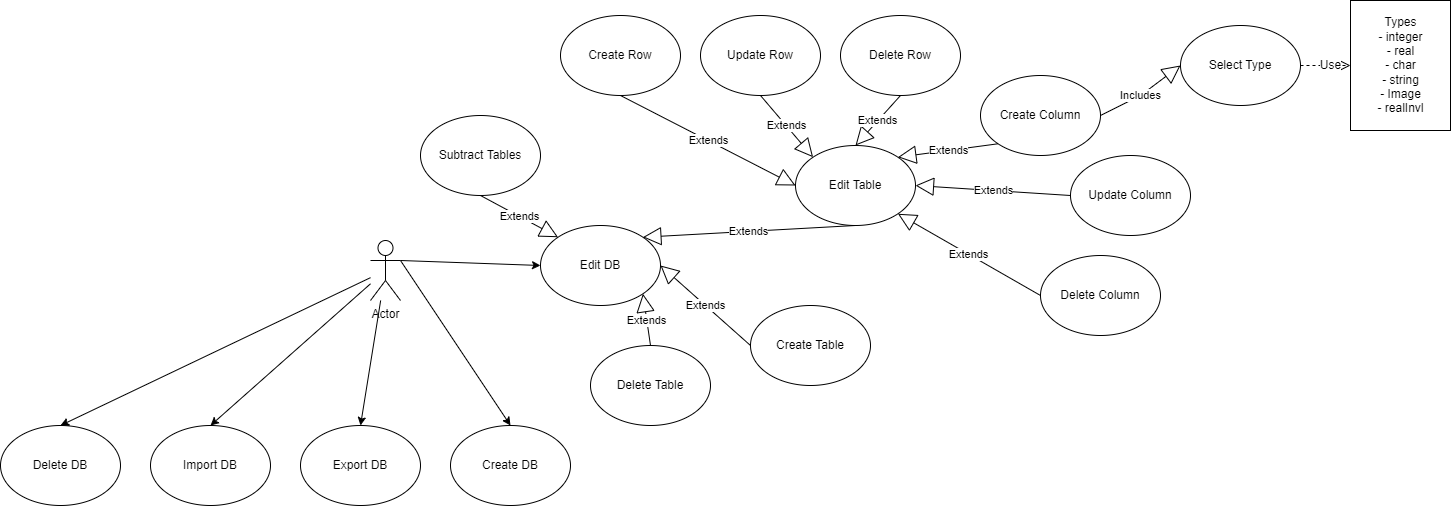
This is IT_Step_0.drawio.png from DinaZavr16/IT, a draw.io export, as it was before one commit. Source tidied: cells renumbered, new cells last; positions are measured from the earlier drawing's top-left corner, leaving out a move shared by most shapes. Source of this version:
```xml
<mxGraphModel>
  <root>
    <mxCell id="0" />
    <mxCell id="1" parent="0" />
    <mxCell id="2" value="Actor" style="shape=umlActor;verticalLabelPosition=bottom;verticalAlign=top;html=1;outlineConnect=0;" parent="1" vertex="1">
      <mxGeometry x="370" y="240" width="30" height="60" as="geometry" />
    </mxCell>
    <mxCell id="3" value="Create DB" style="ellipse;whiteSpace=wrap;html=1;" parent="1" vertex="1">
      <mxGeometry x="450" y="425" width="120" height="80" as="geometry" />
    </mxCell>
    <mxCell id="4" value="Import DB" style="ellipse;whiteSpace=wrap;html=1;" parent="1" vertex="1">
      <mxGeometry x="150" y="425" width="120" height="80" as="geometry" />
    </mxCell>
    <mxCell id="5" value="Delete DB" style="ellipse;whiteSpace=wrap;html=1;" parent="1" vertex="1">
      <mxGeometry y="425" width="120" height="80" as="geometry" />
    </mxCell>
    <mxCell id="6" value="Export DB" style="ellipse;whiteSpace=wrap;html=1;" parent="1" vertex="1">
      <mxGeometry x="300" y="425" width="120" height="80" as="geometry" />
    </mxCell>
    <mxCell id="7" value="Edit DB" style="ellipse;whiteSpace=wrap;html=1;" parent="1" vertex="1">
      <mxGeometry x="540" y="225" width="120" height="80" as="geometry" />
    </mxCell>
    <mxCell id="8" value="Create Row" style="ellipse;whiteSpace=wrap;html=1;" parent="1" vertex="1">
      <mxGeometry x="560" y="15" width="120" height="80" as="geometry" />
    </mxCell>
    <mxCell id="9" value="Update Row" style="ellipse;whiteSpace=wrap;html=1;" parent="1" vertex="1">
      <mxGeometry x="700" y="15" width="120" height="80" as="geometry" />
    </mxCell>
    <mxCell id="10" value="Delete Row" style="ellipse;whiteSpace=wrap;html=1;" parent="1" vertex="1">
      <mxGeometry x="840" y="15" width="120" height="80" as="geometry" />
    </mxCell>
    <mxCell id="11" value="Create Column" style="ellipse;whiteSpace=wrap;html=1;" parent="1" vertex="1">
      <mxGeometry x="980" y="75" width="120" height="80" as="geometry" />
    </mxCell>
    <mxCell id="12" value="Update Column" style="ellipse;whiteSpace=wrap;html=1;" parent="1" vertex="1">
      <mxGeometry x="1070" y="155" width="120" height="80" as="geometry" />
    </mxCell>
    <mxCell id="13" value="Delete Column" style="ellipse;whiteSpace=wrap;html=1;" parent="1" vertex="1">
      <mxGeometry x="1040" y="255" width="120" height="80" as="geometry" />
    </mxCell>
    <mxCell id="14" style="endArrow=classic;html=1;rounded=0;entryX=0.5;entryY=0;entryDx=0;entryDy=0;" parent="1" edge="1" source="2" target="5">
      <mxGeometry relative="1" as="geometry" />
    </mxCell>
    <mxCell id="15" style="endArrow=classic;html=1;rounded=0;entryX=0.5;entryY=0;entryDx=0;entryDy=0;" parent="1" edge="1" source="2" target="4">
      <mxGeometry relative="1" as="geometry" />
    </mxCell>
    <mxCell id="16" style="endArrow=classic;html=1;rounded=0;entryX=0.5;entryY=0;entryDx=0;entryDy=0;" parent="1" edge="1" source="2" target="6">
      <mxGeometry relative="1" as="geometry" />
    </mxCell>
    <mxCell id="17" style="endArrow=classic;html=1;rounded=0;exitX=1;exitY=0.3333333333333333;exitDx=0;exitDy=0;exitPerimeter=0;entryX=0.5;entryY=0;entryDx=0;entryDy=0;" parent="1" edge="1" source="2" target="3">
      <mxGeometry relative="1" as="geometry" />
    </mxCell>
    <mxCell id="18" style="endArrow=classic;html=1;rounded=0;exitX=1;exitY=0.3333333333333333;exitDx=0;exitDy=0;exitPerimeter=0;entryX=0;entryY=0.5;entryDx=0;entryDy=0;" parent="1" edge="1" source="2" target="7">
      <mxGeometry relative="1" as="geometry" />
    </mxCell>
    <mxCell id="19" value="Edit Table" style="ellipse;whiteSpace=wrap;html=1;" parent="1" vertex="1">
      <mxGeometry x="795" y="145" width="120" height="80" as="geometry" />
    </mxCell>
    <mxCell id="20" value="Delete Table" style="ellipse;whiteSpace=wrap;html=1;" parent="1" vertex="1">
      <mxGeometry x="590" y="345" width="120" height="80" as="geometry" />
    </mxCell>
    <mxCell id="21" value="Create Table" style="ellipse;whiteSpace=wrap;html=1;" parent="1" vertex="1">
      <mxGeometry x="750" y="305" width="120" height="80" as="geometry" />
    </mxCell>
    <mxCell id="22" value="Extends" style="endArrow=block;endSize=16;endFill=0;html=1;rounded=0;exitX=0.5;exitY=1;exitDx=0;exitDy=0;entryX=1;entryY=0;entryDx=0;entryDy=0;" parent="1" edge="1" source="19" target="7">
      <mxGeometry relative="1" as="geometry" />
    </mxCell>
    <mxCell id="23" value="Extends" style="endArrow=block;endSize=16;endFill=0;html=1;rounded=0;exitX=0;exitY=0.5;exitDx=0;exitDy=0;entryX=1;entryY=0.5;entryDx=0;entryDy=0;" parent="1" edge="1" source="21" target="7">
      <mxGeometry relative="1" as="geometry" />
    </mxCell>
    <mxCell id="24" value="Extends" style="endArrow=block;endSize=16;endFill=0;html=1;rounded=0;exitX=0.5;exitY=0;exitDx=0;exitDy=0;entryX=1;entryY=1;entryDx=0;entryDy=0;" parent="1" edge="1" source="20" target="7">
      <mxGeometry relative="1" as="geometry" />
    </mxCell>
    <mxCell id="25" value="Extends" style="endArrow=block;endSize=16;endFill=0;html=1;rounded=0;exitX=0.5;exitY=1;exitDx=0;exitDy=0;entryX=0;entryY=0.5;entryDx=0;entryDy=0;" parent="1" edge="1" source="8" target="19">
      <mxGeometry relative="1" as="geometry" />
    </mxCell>
    <mxCell id="26" value="Extends" style="endArrow=block;endSize=16;endFill=0;html=1;rounded=0;exitX=0.5;exitY=1;exitDx=0;exitDy=0;entryX=0;entryY=0;entryDx=0;entryDy=0;" parent="1" edge="1" source="9" target="19">
      <mxGeometry relative="1" as="geometry" />
    </mxCell>
    <mxCell id="27" value="Extends" style="endArrow=block;endSize=16;endFill=0;html=1;rounded=0;exitX=0.5;exitY=1;exitDx=0;exitDy=0;entryX=0.5;entryY=0;entryDx=0;entryDy=0;" parent="1" edge="1" source="10" target="19">
      <mxGeometry relative="1" as="geometry" />
    </mxCell>
    <mxCell id="28" value="Extends" style="endArrow=block;endSize=16;endFill=0;html=1;rounded=0;exitX=0;exitY=1;exitDx=0;exitDy=0;entryX=1;entryY=0;entryDx=0;entryDy=0;" parent="1" edge="1" source="11" target="19">
      <mxGeometry relative="1" as="geometry" />
    </mxCell>
    <mxCell id="29" value="Extends" style="endArrow=block;endSize=16;endFill=0;html=1;rounded=0;exitX=0;exitY=0.5;exitDx=0;exitDy=0;entryX=1;entryY=0.5;entryDx=0;entryDy=0;" parent="1" edge="1" source="12" target="19">
      <mxGeometry relative="1" as="geometry" />
    </mxCell>
    <mxCell id="30" value="Extends" style="endArrow=block;endSize=16;endFill=0;html=1;rounded=0;exitX=0;exitY=0.5;exitDx=0;exitDy=0;entryX=1;entryY=1;entryDx=0;entryDy=0;" parent="1" edge="1" source="13" target="19">
      <mxGeometry relative="1" as="geometry" />
    </mxCell>
    <mxCell id="31" value="Select Type" style="ellipse;whiteSpace=wrap;html=1;" parent="1" vertex="1">
      <mxGeometry x="1180" y="25" width="120" height="80" as="geometry" />
    </mxCell>
    <mxCell id="32" value="Includes" style="endArrow=block;endSize=16;endFill=0;html=1;rounded=0;exitX=1;exitY=0.5;exitDx=0;exitDy=0;entryX=0;entryY=0.5;entryDx=0;entryDy=0;" parent="1" edge="1" source="11" target="31">
      <mxGeometry x="-0.06" relative="1" as="geometry">
        <Array as="points">
          <mxPoint x="1140" y="95" />
        </Array>
      </mxGeometry>
    </mxCell>
    <mxCell id="33" value="Subtract Tables" style="ellipse;whiteSpace=wrap;html=1;" parent="1" vertex="1">
      <mxGeometry x="420" y="115" width="120" height="80" as="geometry" />
    </mxCell>
    <mxCell id="34" value="Extends" style="endArrow=block;endSize=16;endFill=0;html=1;rounded=0;exitX=0.5;exitY=1;exitDx=0;exitDy=0;entryX=0;entryY=0;entryDx=0;entryDy=0;" parent="1" edge="1" source="33" target="7">
      <mxGeometry relative="1" as="geometry" />
    </mxCell>
    <mxCell id="35" value="Types&lt;br&gt;- integer&lt;br&gt;- real&lt;br&gt;- char&lt;br&gt;- string&lt;br&gt;- Image&lt;br&gt;&lt;div style=&quot;text-align: start;&quot;&gt;&lt;span style=&quot;background-color: initial;&quot;&gt;- &lt;/span&gt;&lt;span style=&quot;background-color: initial;&quot;&gt;&lt;font style=&quot;font-size: 12px;&quot; face=&quot;Arial&quot;&gt;realInvl&lt;/font&gt;&lt;/span&gt;&lt;/div&gt;" style="html=1;" parent="1" vertex="1">
      <mxGeometry x="1350" width="100" height="130" as="geometry" />
    </mxCell>
    <mxCell id="36" value="Use" style="endArrow=open;endSize=12;dashed=1;html=1;rounded=0;fontSize=12;exitX=1;exitY=0.5;exitDx=0;exitDy=0;entryX=0;entryY=0.5;entryDx=0;entryDy=0;" parent="1" edge="1" source="31" target="35">
      <mxGeometry x="0.2" relative="1" as="geometry" />
    </mxCell>
  </root>
</mxGraphModel>
```
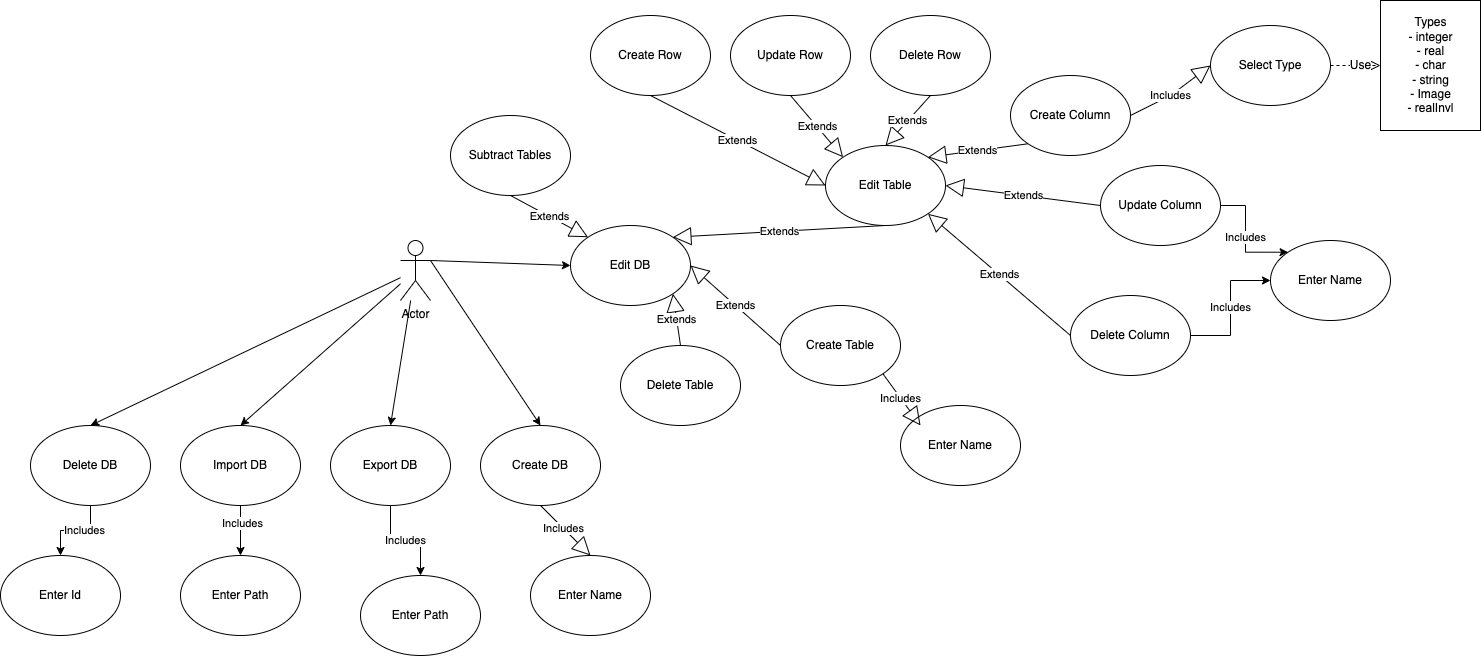
After the commit.

Diff of the diagram source:
```diff
@@ -8,12 +8,32 @@
     <mxCell id="3" value="Create DB" style="ellipse;whiteSpace=wrap;html=1;" parent="1" vertex="1">
       <mxGeometry x="450" y="425" width="120" height="80" as="geometry" />
     </mxCell>
+    <mxCell id="37" style="edgeStyle=orthogonalEdgeStyle;rounded=0;jettySize=auto;html=1;" parent="1" edge="1" source="4" target="49">
+      <mxGeometry relative="1" as="geometry" />
+    </mxCell>
+    <mxCell id="38" value="Includes" style="edgeLabel;html=1;align=center;verticalAlign=middle;" parent="37" vertex="1">
+      <mxGeometry x="-0.33" y="1" relative="1" as="geometry" />
+    </mxCell>
     <mxCell id="4" value="Import DB" style="ellipse;whiteSpace=wrap;html=1;" parent="1" vertex="1">
       <mxGeometry x="150" y="425" width="120" height="80" as="geometry" />
     </mxCell>
+    <mxCell id="39" style="edgeStyle=orthogonalEdgeStyle;rounded=0;jettySize=auto;html=1;" parent="1" edge="1" source="5" target="48">
+      <mxGeometry relative="1" as="geometry" />
+    </mxCell>
+    <mxCell id="40" value="Includes" style="edgeLabel;html=1;align=center;verticalAlign=middle;" parent="39" vertex="1">
+      <mxGeometry x="-0.2" y="-1" relative="1" as="geometry" />
+    </mxCell>
     <mxCell id="5" value="Delete DB" style="ellipse;whiteSpace=wrap;html=1;" parent="1" vertex="1">
       <mxGeometry y="425" width="120" height="80" as="geometry" />
     </mxCell>
+    <mxCell id="41" value="Includes" style="edgeStyle=orthogonalEdgeStyle;rounded=0;jettySize=auto;html=1;" parent="1" edge="1" source="6" target="50">
+      <mxGeometry relative="1" as="geometry">
+        <Array as="points">
+          <mxPoint x="360" y="540" />
+          <mxPoint x="390" y="540" />
+        </Array>
+      </mxGeometry>
+    </mxCell>
     <mxCell id="6" value="Export DB" style="ellipse;whiteSpace=wrap;html=1;" parent="1" vertex="1">
       <mxGeometry x="300" y="425" width="120" height="80" as="geometry" />
     </mxCell>
@@ -32,11 +52,17 @@
     <mxCell id="11" value="Create Column" style="ellipse;whiteSpace=wrap;html=1;" parent="1" vertex="1">
       <mxGeometry x="980" y="75" width="120" height="80" as="geometry" />
     </mxCell>
+    <mxCell id="42" value="Includes" style="edgeStyle=orthogonalEdgeStyle;rounded=0;jettySize=auto;html=1;entryX=0;entryY=0;entryDx=0;entryDy=0;" parent="1" edge="1" source="12" target="51">
+      <mxGeometry relative="1" as="geometry" />
+    </mxCell>
     <mxCell id="12" value="Update Column" style="ellipse;whiteSpace=wrap;html=1;" parent="1" vertex="1">
-      <mxGeometry x="1070" y="155" width="120" height="80" as="geometry" />
+      <mxGeometry x="1070" y="165" width="120" height="80" as="geometry" />
     </mxCell>
+    <mxCell id="43" value="Includes" style="edgeStyle=orthogonalEdgeStyle;rounded=0;jettySize=auto;html=1;" parent="1" edge="1" source="13" target="51">
+      <mxGeometry relative="1" as="geometry" />
+    </mxCell>
     <mxCell id="13" value="Delete Column" style="ellipse;whiteSpace=wrap;html=1;" parent="1" vertex="1">
-      <mxGeometry x="1040" y="255" width="120" height="80" as="geometry" />
+      <mxGeometry x="1040" y="295" width="120" height="80" as="geometry" />
     </mxCell>
     <mxCell id="14" style="endArrow=classic;html=1;rounded=0;entryX=0.5;entryY=0;entryDx=0;entryDy=0;" parent="1" edge="1" source="2" target="5">
       <mxGeometry relative="1" as="geometry" />
@@ -111,5 +137,29 @@
     <mxCell id="36" value="Use" style="endArrow=open;endSize=12;dashed=1;html=1;rounded=0;fontSize=12;exitX=1;exitY=0.5;exitDx=0;exitDy=0;entryX=0;entryY=0.5;entryDx=0;entryDy=0;" parent="1" edge="1" source="31" target="35">
       <mxGeometry x="0.2" relative="1" as="geometry" />
     </mxCell>
+    <mxCell id="44" value="Enter Name" style="ellipse;whiteSpace=wrap;html=1;" parent="1" vertex="1">
+      <mxGeometry x="500" y="555" width="120" height="80" as="geometry" />
+    </mxCell>
+    <mxCell id="45" value="Enter Name" style="ellipse;whiteSpace=wrap;html=1;" parent="1" vertex="1">
+      <mxGeometry x="870" y="405" width="120" height="80" as="geometry" />
+    </mxCell>
+    <mxCell id="46" value="Includes" style="endArrow=block;endSize=16;endFill=0;html=1;rounded=0;exitX=0.5;exitY=1;exitDx=0;exitDy=0;entryX=0.5;entryY=0;entryDx=0;entryDy=0;" parent="1" edge="1" source="3" target="44">
+      <mxGeometry x="-0.06" relative="1" as="geometry" />
+    </mxCell>
+    <mxCell id="47" value="Includes" style="endArrow=block;endSize=16;endFill=0;html=1;rounded=0;exitX=1;exitY=1;exitDx=0;exitDy=0;entryX=0.167;entryY=0.25;entryDx=0;entryDy=0;entryPerimeter=0;" parent="1" edge="1" source="21" target="45">
+      <mxGeometry x="-0.06" relative="1" as="geometry" />
+    </mxCell>
+    <mxCell id="48" value="Enter Id" style="ellipse;whiteSpace=wrap;html=1;" parent="1" vertex="1">
+      <mxGeometry x="-30" y="555" width="120" height="80" as="geometry" />
+    </mxCell>
+    <mxCell id="49" value="Enter Path" style="ellipse;whiteSpace=wrap;html=1;" parent="1" vertex="1">
+      <mxGeometry x="150" y="555" width="120" height="80" as="geometry" />
+    </mxCell>
+    <mxCell id="50" value="Enter Path" style="ellipse;whiteSpace=wrap;html=1;" parent="1" vertex="1">
+      <mxGeometry x="330" y="575" width="120" height="80" as="geometry" />
+    </mxCell>
+    <mxCell id="51" value="Enter Name" style="ellipse;whiteSpace=wrap;html=1;" parent="1" vertex="1">
+      <mxGeometry x="1240" y="240" width="120" height="80" as="geometry" />
+    </mxCell>
   </root>
 </mxGraphModel>
```
